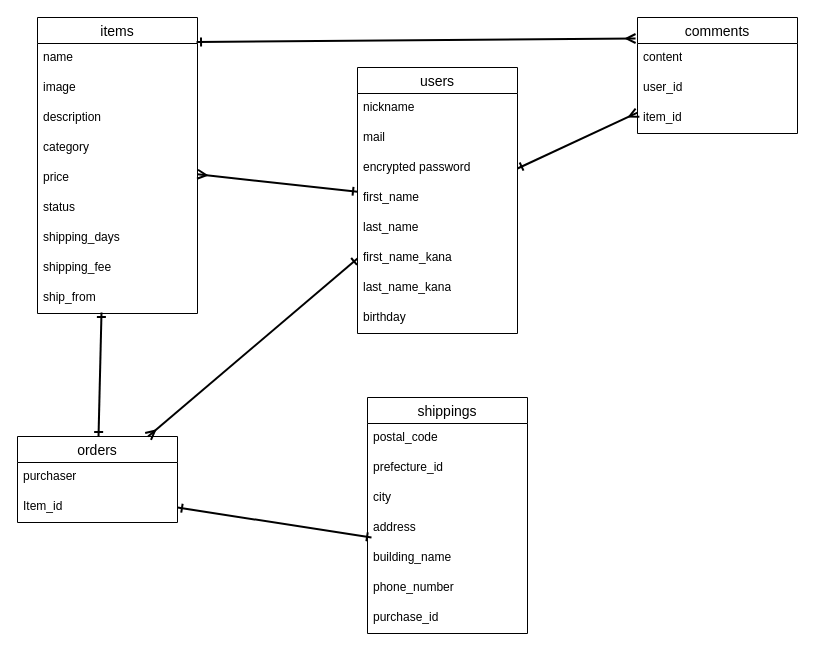
Before: er.dio in monkawa0208-maker/furima-46396, a draw.io diagram. Source tidied: cells renumbered, new cells numbered last; positions are measured from the earlier drawing's top-left corner, leaving out a move shared by most shapes. Both pictures are drawn from the tidied source at 100%, with x=0, y=0 at pixel (17, 17).
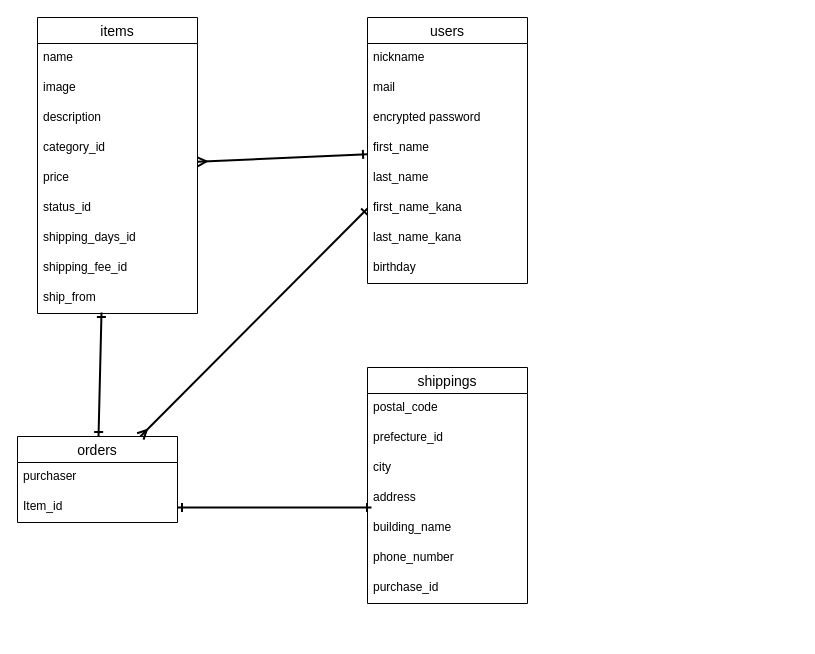
After the change.

Commit message (it also covers changes not shown here):
データベース設計_修正

Unchanged cells that the change refers to:
```xml
<mxCell id="5" value="encrypted password" style="text;strokeColor=none;fillColor=none;spacingLeft=4;spacingRight=4;overflow=hidden;points=[[0,0.5],[1,0.5]];portConstraint=eastwest;fontSize=12;whiteSpace=wrap;html=1;" parent="2" vertex="1">
  <mxGeometry y="86" width="160" height="30" as="geometry" />
</mxCell>
<mxCell id="11" value="items" style="swimlane;fontStyle=0;horizontal=1;startSize=26;align=center;fontSize=14;" parent="1" vertex="1">
  <mxGeometry x="20" width="160" height="296" as="geometry" />
</mxCell>
```

What changed in the source:
```diff
@@
     <mxCell id="2" value="users" style="swimlane;fontStyle=0;horizontal=1;startSize=26;align=center;fontSize=14;" parent="1" vertex="1">
-      <mxGeometry x="340" y="50" width="160" height="266" as="geometry" />
+      <mxGeometry x="350" width="160" height="266" as="geometry" />
     </mxCell>
@@
-    <mxCell id="15" value="category" style="text;strokeColor=none;fillColor=none;spacingLeft=4;spacingRight=4;overflow=hidden;fontSize=12;whiteSpace=wrap;html=1;" parent="11" vertex="1">
+    <mxCell id="15" value="category_id" style="text;strokeColor=none;fillColor=none;spacingLeft=4;spacingRight=4;overflow=hidden;fontSize=12;whiteSpace=wrap;html=1;" parent="11" vertex="1">
       <mxGeometry y="116" width="160" height="30" as="geometry" />
     </mxCell>
@@
-    <mxCell id="17" value="status" style="text;strokeColor=none;fillColor=none;spacingLeft=4;spacingRight=4;overflow=hidden;fontSize=12;whiteSpace=wrap;html=1;" parent="11" vertex="1">
+    <mxCell id="17" value="status_id" style="text;strokeColor=none;fillColor=none;spacingLeft=4;spacingRight=4;overflow=hidden;fontSize=12;whiteSpace=wrap;html=1;" parent="11" vertex="1">
       <mxGeometry y="176" width="160" height="30" as="geometry" />
     </mxCell>
-    <mxCell id="18" value="shipping_days" style="text;strokeColor=none;fillColor=none;spacingLeft=4;spacingRight=4;overflow=hidden;fontSize=12;whiteSpace=wrap;html=1;" parent="11" vertex="1">
+    <mxCell id="18" value="shipping_days_id" style="text;strokeColor=none;fillColor=none;spacingLeft=4;spacingRight=4;overflow=hidden;fontSize=12;whiteSpace=wrap;html=1;" parent="11" vertex="1">
       <mxGeometry y="206" width="160" height="30" as="geometry" />
     </mxCell>
-    <mxCell id="19" value="shipping_fee" style="text;strokeColor=none;fillColor=none;spacingLeft=4;spacingRight=4;overflow=hidden;fontSize=12;whiteSpace=wrap;html=1;" parent="11" vertex="1">
+    <mxCell id="19" value="shipping_fee_id" style="text;strokeColor=none;fillColor=none;spacingLeft=4;spacingRight=4;overflow=hidden;fontSize=12;whiteSpace=wrap;html=1;" parent="11" vertex="1">
       <mxGeometry y="236" width="160" height="30" as="geometry" />
     </mxCell>
@@
     <mxCell id="24" value="shippings" style="swimlane;fontStyle=0;horizontal=1;startSize=26;align=center;fontSize=14;" parent="1" vertex="1">
-      <mxGeometry x="350" y="380" width="160" height="236" as="geometry" />
+      <mxGeometry x="350" y="350" width="160" height="236" as="geometry" />
     </mxCell>
@@
-    <mxCell id="32" value="comments" style="swimlane;fontStyle=0;horizontal=1;startSize=26;align=center;fontSize=14;" parent="1" vertex="1">
-      <mxGeometry x="620" width="160" height="116" as="geometry" />
-    </mxCell>
-    <mxCell id="33" value="content" style="text;strokeColor=none;fillColor=none;spacingLeft=4;spacingRight=4;overflow=hidden;fontSize=12;whiteSpace=wrap;html=1;" parent="32" vertex="1">
-      <mxGeometry y="26" width="160" height="30" as="geometry" />
-    </mxCell>
-    <mxCell id="34" value="user_id" style="text;strokeColor=none;fillColor=none;spacingLeft=4;spacingRight=4;overflow=hidden;fontSize=12;whiteSpace=wrap;html=1;" parent="32" vertex="1">
-      <mxGeometry y="56" width="160" height="30" as="geometry" />
-    </mxCell>
-    <mxCell id="35" value="item_id" style="text;strokeColor=none;fillColor=none;spacingLeft=4;spacingRight=4;overflow=hidden;fontSize=12;whiteSpace=wrap;html=1;" parent="32" vertex="1">
-      <mxGeometry y="86" width="160" height="30" as="geometry" />
-    </mxCell>
@@
-    <mxCell id="37" style="edgeStyle=none;html=1;exitX=0.994;exitY=0.083;exitDx=0;exitDy=0;exitPerimeter=0;endArrow=ERmany;endFill=0;strokeWidth=2;startArrow=ERone;startFill=0;entryX=-0.012;entryY=0.181;entryDx=0;entryDy=0;entryPerimeter=0;" parent="1" edge="1" source="11" target="32">
-      <mxGeometry relative="1" as="geometry" />
-    </mxCell>
-    <mxCell id="38" style="edgeStyle=none;html=1;exitX=1;exitY=0.5;exitDx=0;exitDy=0;startArrow=ERone;startFill=0;endArrow=ERmany;endFill=0;strokeWidth=2;" parent="1" edge="1" source="5" target="32">
-      <mxGeometry relative="1" as="geometry" />
-    </mxCell>
```
